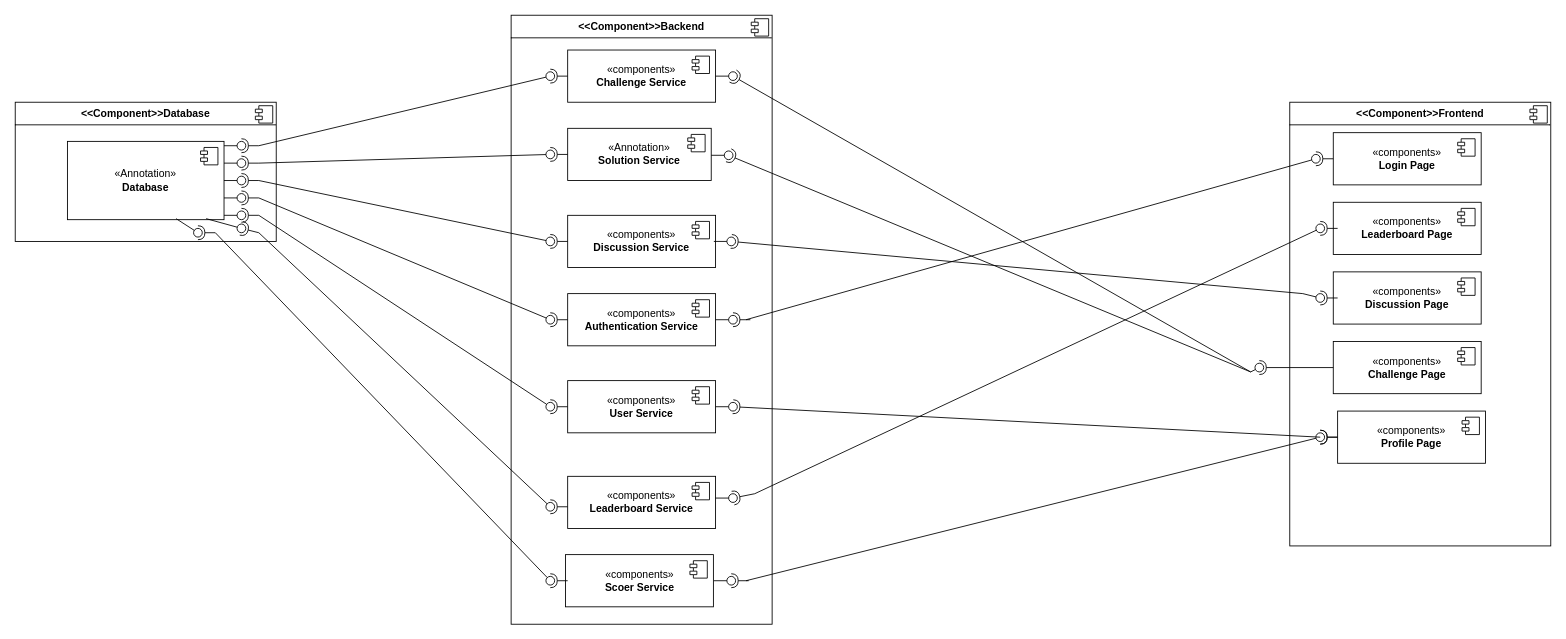
Earlier version of the draw.io diagram UML Component Diagram.drawio (rayesalnasra/code-golf). Source tidied: cells renumbered, new cells numbered last; positions are measured from the earlier drawing's top-left corner, leaving out a move shared by most shapes. Both pictures are drawn from the tidied source at 87%, with x=0, y=0 at pixel (15, 15).
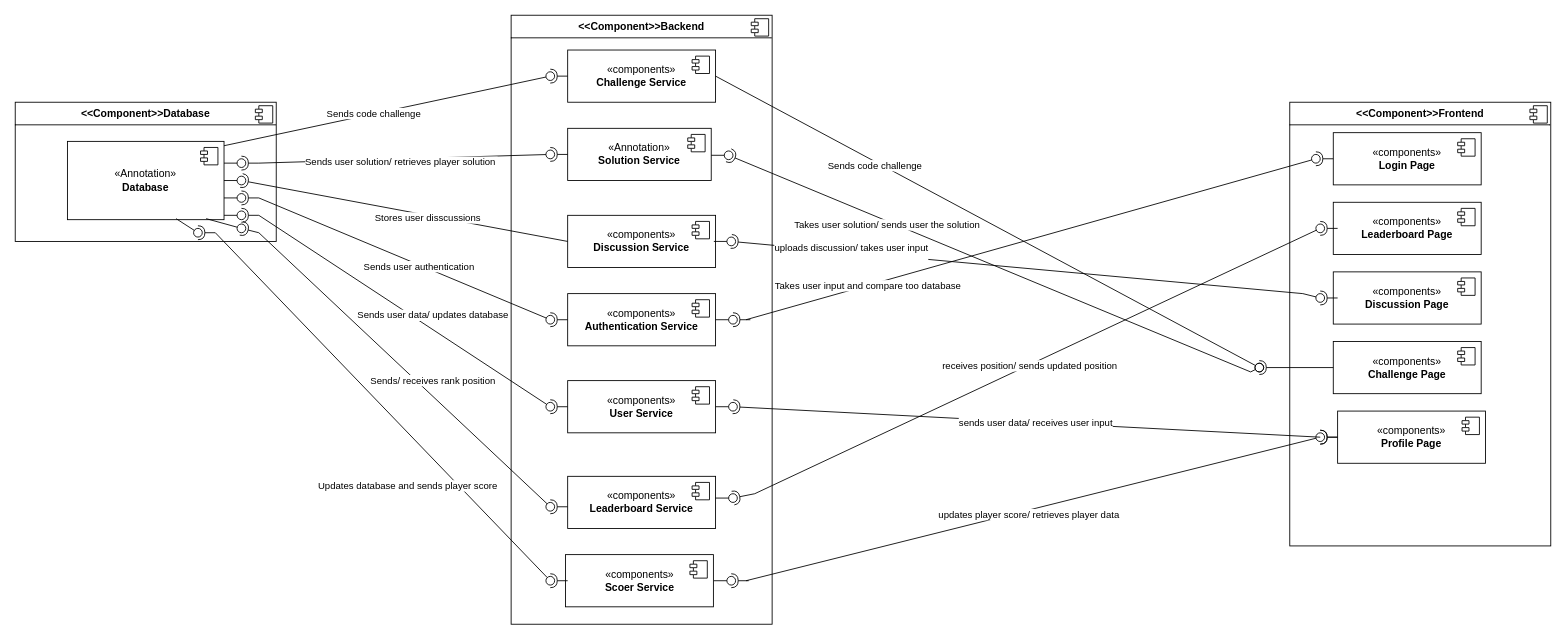
The same diagram, later.

The change refers to these unchanged cells:
```xml
<mxCell id="8" value="«components»&lt;br&gt;&lt;b&gt;Discussion Service&lt;br&gt;&lt;/b&gt;" style="html=1;whiteSpace=wrap;" parent="1" vertex="1">
  <mxGeometry x="635" y="230" width="170" height="60" as="geometry" />
</mxCell>
<mxCell id="42" style="ellipse;whiteSpace=wrap;html=1;align=center;fillColor=none;strokeColor=none;perimeter=centerPerimeter;points=[];outlineConnect=1;" parent="1" vertex="1">
  <mxGeometry x="255" y="185" width="10" height="10" as="geometry" />
</mxCell>
<mxCell id="53" style="rounded=0;jettySize=auto;html=1;endArrow=oval;endFill=0;sketch=0;sourcePerimeterSpacing=0;targetPerimeterSpacing=0;endSize=10;" parent="1" edge="1" target="54">
  <mxGeometry relative="1" as="geometry">
    <mxPoint x="240" y="150" as="sourcePoint" />
  </mxGeometry>
</mxCell>
<mxCell id="57" style="ellipse;whiteSpace=wrap;html=1;align=center;fillColor=none;strokeColor=none;perimeter=centerPerimeter;points=[];outlineConnect=1;" parent="1" vertex="1">
  <mxGeometry x="610" y="65" width="10" height="10" as="geometry" />
</mxCell>
<mxCell id="59" style="rounded=0;jettySize=auto;html=1;endArrow=oval;endFill=0;sketch=0;sourcePerimeterSpacing=0;targetPerimeterSpacing=0;endSize=10;" parent="1" edge="1" target="60">
  <mxGeometry relative="1" as="geometry">
    <mxPoint x="280" y="170" as="sourcePoint" />
  </mxGeometry>
</mxCell>
<mxCell id="65" style="rounded=0;jettySize=auto;html=1;endArrow=oval;endFill=0;sketch=0;sourcePerimeterSpacing=0;targetPerimeterSpacing=0;endSize=10;" parent="1" edge="1" target="66">
  <mxGeometry relative="1" as="geometry">
    <mxPoint x="280" y="210" as="sourcePoint" />
  </mxGeometry>
</mxCell>
<mxCell id="68" style="rounded=0;jettySize=auto;html=1;endArrow=oval;endFill=0;sketch=0;sourcePerimeterSpacing=0;targetPerimeterSpacing=0;endSize=10;" parent="1" edge="1" target="69">
  <mxGeometry relative="1" as="geometry">
    <mxPoint x="280" y="230" as="sourcePoint" />
  </mxGeometry>
</mxCell>
<mxCell id="71" style="rounded=0;jettySize=auto;html=1;endArrow=oval;endFill=0;sketch=0;sourcePerimeterSpacing=0;targetPerimeterSpacing=0;endSize=10;" parent="1" edge="1" target="72">
  <mxGeometry relative="1" as="geometry">
    <mxPoint x="280" y="250" as="sourcePoint" />
  </mxGeometry>
</mxCell>
<mxCell id="74" style="rounded=0;jettySize=auto;html=1;endArrow=oval;endFill=0;sketch=0;sourcePerimeterSpacing=0;targetPerimeterSpacing=0;endSize=10;" parent="1" edge="1" target="75">
  <mxGeometry relative="1" as="geometry">
    <mxPoint x="230" y="250" as="sourcePoint" />
  </mxGeometry>
</mxCell>
<mxCell id="91" style="rounded=0;jettySize=auto;html=1;endArrow=oval;endFill=0;sketch=0;sourcePerimeterSpacing=0;targetPerimeterSpacing=0;endSize=10;" parent="1" edge="1" target="92">
  <mxGeometry relative="1" as="geometry">
    <mxPoint x="840" y="650" as="sourcePoint" />
  </mxGeometry>
</mxCell>
<mxCell id="97" style="rounded=0;jettySize=auto;html=1;endArrow=oval;endFill=0;sketch=0;sourcePerimeterSpacing=0;targetPerimeterSpacing=0;endSize=10;" parent="1" edge="1" target="98">
  <mxGeometry relative="1" as="geometry">
    <mxPoint x="850" y="550" as="sourcePoint" />
  </mxGeometry>
</mxCell>
<mxCell id="99" style="rounded=0;jettySize=auto;html=1;endArrow=halfCircle;endFill=0;endSize=6;strokeWidth=1;sketch=0;exitX=-0.267;exitY=0.467;exitDx=0;exitDy=0;exitPerimeter=0;" parent="1" edge="1" source="92" target="101">
  <mxGeometry relative="1" as="geometry" />
</mxCell>
<mxCell id="103" style="rounded=0;jettySize=auto;html=1;endArrow=oval;endFill=0;sketch=0;sourcePerimeterSpacing=0;targetPerimeterSpacing=0;endSize=10;" parent="1" edge="1" target="104">
  <mxGeometry relative="1" as="geometry">
    <mxPoint x="840" y="350" as="sourcePoint" />
  </mxGeometry>
</mxCell>
<mxCell id="108" style="rounded=0;jettySize=auto;html=1;endArrow=halfCircle;endFill=0;endSize=6;strokeWidth=1;sketch=0;" parent="1" edge="1" target="110">
  <mxGeometry relative="1" as="geometry">
    <mxPoint x="1480" y="320" as="sourcePoint" />
  </mxGeometry>
</mxCell>
<mxCell id="114" style="rounded=0;jettySize=auto;html=1;endArrow=halfCircle;endFill=0;endSize=6;strokeWidth=1;sketch=0;" parent="1" edge="1" target="116">
  <mxGeometry relative="1" as="geometry">
    <mxPoint x="1420" y="410" as="sourcePoint" />
  </mxGeometry>
</mxCell>
```

Diff of the diagram source:
```diff
@@
-    <mxCell id="40" style="rounded=0;jettySize=auto;html=1;endArrow=halfCircle;endFill=0;endSize=6;strokeWidth=1;sketch=0;" parent="1" edge="1" target="42">
-      <mxGeometry relative="1" as="geometry">
-        <mxPoint x="280" y="190" as="sourcePoint" />
-      </mxGeometry>
+    <mxCell id="40" style="rounded=0;jettySize=auto;html=1;endArrow=halfCircle;endFill=0;endSize=6;strokeWidth=1;sketch=0;exitX=0;exitY=0.5;exitDx=0;exitDy=0;" parent="1" edge="1" source="8" target="42">
+      <mxGeometry relative="1" as="geometry" />
     </mxCell>
+    <mxCell id="117" value="Stores user disscussions" style="edgeLabel;html=1;align=center;verticalAlign=middle;" parent="40" vertex="1">
+      <mxGeometry x="-0.14" y="3" relative="1" as="geometry" />
+    </mxCell>
@@
-    <mxCell id="52" style="rounded=0;jettySize=auto;html=1;endArrow=halfCircle;endFill=0;endSize=6;strokeWidth=1;sketch=0;" parent="1" edge="1" target="54">
-      <mxGeometry relative="1" as="geometry">
-        <mxPoint x="280" y="150" as="sourcePoint" />
-      </mxGeometry>
-    </mxCell>
@@
+    <mxCell id="118" value="Sends code challenge" style="edgeLabel;html=1;align=center;verticalAlign=middle;" parent="53" vertex="1">
+      <mxGeometry x="-0.08" y="1" relative="1" as="geometry" />
+    </mxCell>
     <mxCell id="54" style="ellipse;whiteSpace=wrap;html=1;align=center;fillColor=none;strokeColor=none;perimeter=centerPerimeter;points=[];outlineConnect=1;" parent="1" vertex="1">
-      <mxGeometry x="255" y="145" width="10" height="10" as="geometry" />
+      <mxGeometry x="610" y="65" width="10" height="10" as="geometry" />
     </mxCell>
@@
-    <mxCell id="56" style="rounded=0;jettySize=auto;html=1;endArrow=oval;endFill=0;sketch=0;sourcePerimeterSpacing=0;targetPerimeterSpacing=0;endSize=10;" parent="1" edge="1" target="57">
-      <mxGeometry relative="1" as="geometry">
-        <mxPoint x="280" y="150" as="sourcePoint" />
-      </mxGeometry>
-    </mxCell>
@@
+    <mxCell id="119" value="Sends user solution/ retrieves player solution&amp;nbsp; " style="edgeLabel;html=1;align=center;verticalAlign=middle;" parent="59" vertex="1">
+      <mxGeometry x="-0.03" y="-3" relative="1" as="geometry" />
+    </mxCell>
@@
-    <mxCell id="61" style="rounded=0;jettySize=auto;html=1;endArrow=halfCircle;endFill=0;endSize=6;strokeWidth=1;sketch=0;" parent="1" edge="1" target="63">
-      <mxGeometry relative="1" as="geometry">
-        <mxPoint x="635" y="260" as="sourcePoint" />
-      </mxGeometry>
-    </mxCell>
-    <mxCell id="62" style="rounded=0;jettySize=auto;html=1;endArrow=oval;endFill=0;sketch=0;sourcePerimeterSpacing=0;targetPerimeterSpacing=0;endSize=10;" parent="1" edge="1" target="63">
-      <mxGeometry relative="1" as="geometry">
-        <mxPoint x="280" y="190" as="sourcePoint" />
-      </mxGeometry>
-    </mxCell>
-    <mxCell id="63" style="ellipse;whiteSpace=wrap;html=1;align=center;fillColor=none;strokeColor=none;perimeter=centerPerimeter;points=[];outlineConnect=1;" parent="1" vertex="1">
-      <mxGeometry x="610" y="255" width="10" height="10" as="geometry" />
-    </mxCell>
@@
+    <mxCell id="120" value="Sends user authentication " style="edgeLabel;html=1;align=center;verticalAlign=middle;" parent="65" vertex="1">
+      <mxGeometry x="0.1" y="-2" relative="1" as="geometry" />
+    </mxCell>
@@
+    <mxCell id="121" value="Sends user data/ updates database" style="edgeLabel;html=1;align=center;verticalAlign=middle;" parent="68" vertex="1">
+      <mxGeometry x="0.26" y="1" relative="1" as="geometry">
+        <mxPoint x="-12" y="-23" as="offset" />
+      </mxGeometry>
+    </mxCell>
@@
+    <mxCell id="122" value="Sends/ receives rank position" style="edgeLabel;html=1;align=center;verticalAlign=middle;" parent="71" vertex="1">
+      <mxGeometry x="0.2" y="-2" relative="1" as="geometry">
+        <mxPoint y="-21" as="offset" />
+      </mxGeometry>
+    </mxCell>
@@
+    <mxCell id="123" value="Updates database and sends player score" style="edgeLabel;html=1;align=center;verticalAlign=middle;" parent="74" vertex="1">
+      <mxGeometry x="0.36" y="-1" relative="1" as="geometry">
+        <mxPoint x="-41" y="17" as="offset" />
+      </mxGeometry>
+    </mxCell>
@@
-    <mxCell id="82" style="rounded=0;jettySize=auto;html=1;endArrow=halfCircle;endFill=0;endSize=6;strokeWidth=1;sketch=0;" parent="1" edge="1" target="84">
-      <mxGeometry relative="1" as="geometry">
-        <mxPoint x="1420" y="410" as="sourcePoint" />
-      </mxGeometry>
-    </mxCell>
-    <mxCell id="83" style="rounded=0;jettySize=auto;html=1;endArrow=oval;endFill=0;sketch=0;sourcePerimeterSpacing=0;targetPerimeterSpacing=0;endSize=10;" parent="1" edge="1" target="84">
-      <mxGeometry relative="1" as="geometry">
-        <mxPoint x="805" y="70" as="sourcePoint" />
-      </mxGeometry>
-    </mxCell>
-    <mxCell id="84" style="ellipse;whiteSpace=wrap;html=1;align=center;fillColor=none;strokeColor=none;perimeter=centerPerimeter;points=[];outlineConnect=1;" parent="1" vertex="1">
-      <mxGeometry x="820" y="65" width="10" height="10" as="geometry" />
-    </mxCell>
@@
+    <mxCell id="124" value="updates player score/ retrieves player data " style="edgeLabel;html=1;align=center;verticalAlign=middle;" parent="91" vertex="1">
+      <mxGeometry x="-0.02" y="-4" relative="1" as="geometry" />
+    </mxCell>
@@
+    <mxCell id="125" value="receives position/ sends updated position" style="edgeLabel;html=1;align=center;verticalAlign=middle;" parent="97" vertex="1">
+      <mxGeometry x="-0.03" y="-2" relative="1" as="geometry">
+        <mxPoint y="-1" as="offset" />
+      </mxGeometry>
+    </mxCell>
@@
+    <mxCell id="126" value="sends user data/ receives user input" style="edgeLabel;html=1;align=center;verticalAlign=middle;" parent="99" vertex="1">
+      <mxGeometry x="-0.03" relative="1" as="geometry" />
+    </mxCell>
@@
+    <mxCell id="127" value="Takes user input and compare too database" style="edgeLabel;html=1;align=center;verticalAlign=middle;" parent="103" vertex="1">
+      <mxGeometry x="-0.66" y="-1" relative="1" as="geometry">
+        <mxPoint x="28" y="-9" as="offset" />
+      </mxGeometry>
+    </mxCell>
@@
+    <mxCell id="128" value="&lt;div&gt;uploads discussion/ takes user input&lt;/div&gt;&lt;div&gt;&lt;br&gt;&lt;/div&gt;" style="edgeLabel;html=1;align=center;verticalAlign=middle;" parent="108" vertex="1">
+      <mxGeometry x="0.6" y="1" relative="1" as="geometry">
+        <mxPoint x="6" y="2" as="offset" />
+      </mxGeometry>
+    </mxCell>
@@
+    <mxCell id="129" value="Takes user solution/ sends user the solution" style="edgeLabel;html=1;align=center;verticalAlign=middle;" parent="114" vertex="1">
+      <mxGeometry x="0.38" relative="1" as="geometry">
+        <mxPoint x="-5" y="2" as="offset" />
+      </mxGeometry>
+    </mxCell>
@@
+    <mxCell id="130" style="rounded=0;jettySize=auto;html=1;endArrow=oval;endFill=0;sketch=0;sourcePerimeterSpacing=0;targetPerimeterSpacing=0;endSize=10;" parent="1" edge="1" target="132">
+      <mxGeometry relative="1" as="geometry">
+        <mxPoint x="805" y="70" as="sourcePoint" />
+      </mxGeometry>
+    </mxCell>
+    <mxCell id="131" value="Sends code challenge" style="edgeLabel;html=1;align=center;verticalAlign=middle;" parent="130" vertex="1">
+      <mxGeometry x="-0.41" y="-4" relative="1" as="geometry" />
+    </mxCell>
+    <mxCell id="132" style="ellipse;whiteSpace=wrap;html=1;align=center;fillColor=none;strokeColor=none;perimeter=centerPerimeter;points=[];outlineConnect=1;" parent="1" vertex="1">
+      <mxGeometry x="1425" y="400" width="10" height="10" as="geometry" />
+    </mxCell>
```
